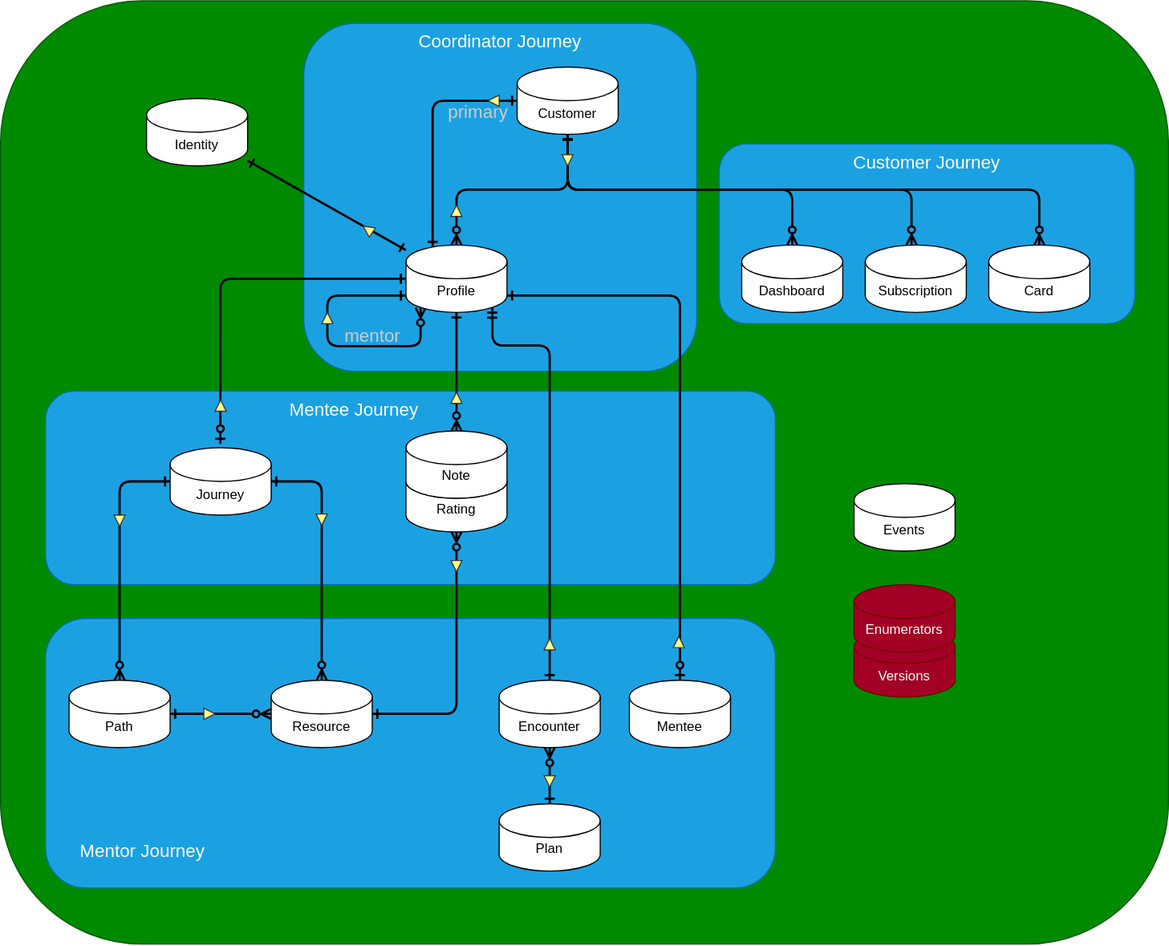
mentor-forge/mentorhub_mongodb_api keeps this draw.io diagram as erd.svg. Above is the earlier version. Source tidied: cells renumbered, new cells last; positions are measured from the earlier drawing's top-left corner, leaving out a move shared by most shapes.
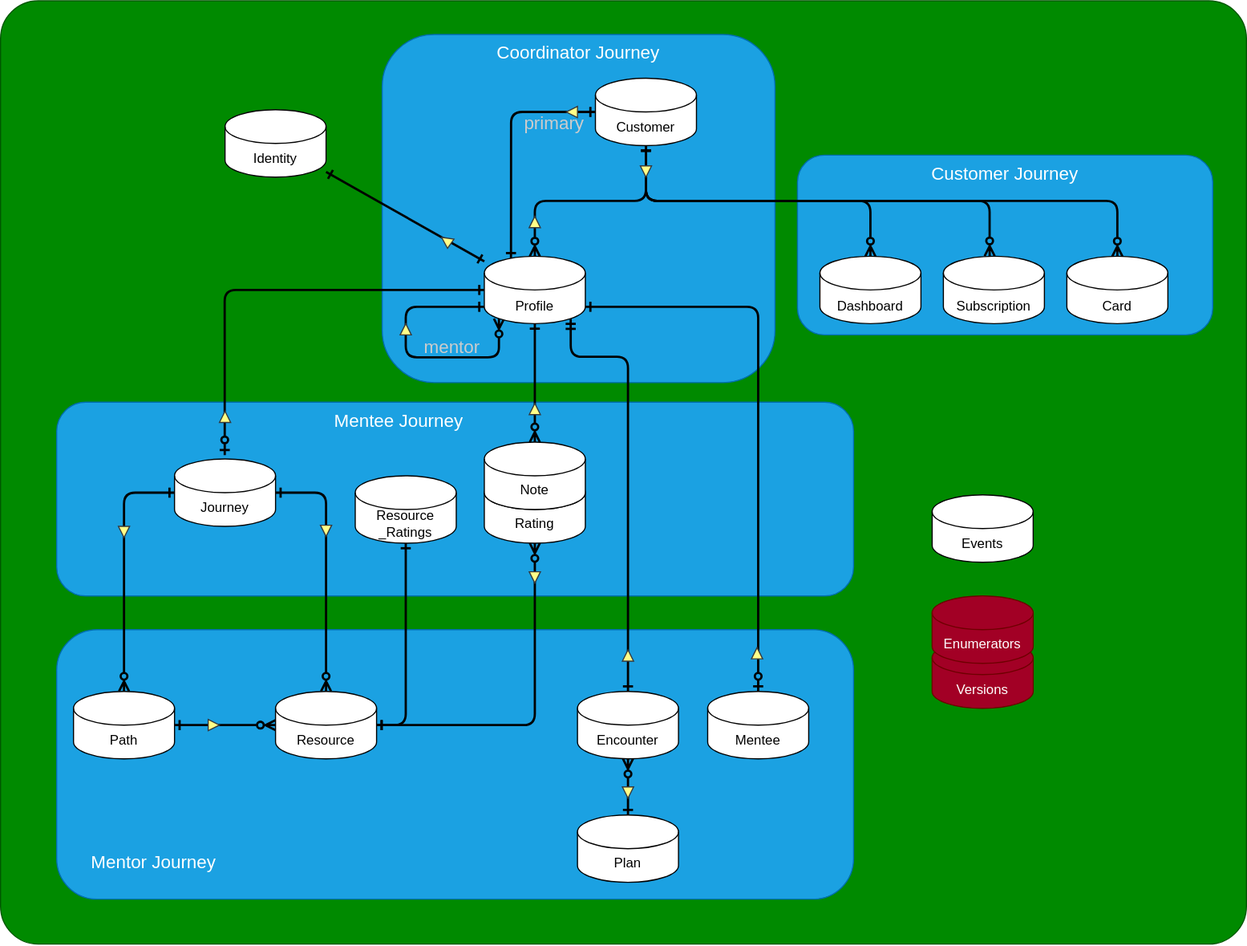
After the change.

Commit message:
ERD and Schema for aggregations.

Change to the diagram source:
```diff
@@ -2,14 +2,14 @@
   <root>
     <mxCell id="0" />
     <mxCell id="1" parent="0" />
-    <mxCell id="2" style="rounded=1;whiteSpace=wrap;html=1;fillColor=#008a00;strokeColor=#005700;fontColor=#ffffff;" parent="1" vertex="1">
-      <mxGeometry width="1040" height="840" as="geometry" />
+    <mxCell id="2" style="rounded=1;whiteSpace=wrap;html=1;fillColor=#008a00;strokeColor=#005700;fontColor=#ffffff;arcSize=4;" parent="1" vertex="1">
+      <mxGeometry x="-70" y="-10" width="1110" height="840" as="geometry" />
     </mxCell>
     <mxCell id="3" value="Mentor Journey" style="rounded=1;whiteSpace=wrap;html=1;fontSize=16;fillColor=#1ba1e2;strokeColor=#006EAF;fontColor=#ffffff;verticalAlign=bottom;spacingLeft=29;spacingBottom=21;align=left;" parent="1" vertex="1">
-      <mxGeometry x="40" y="550" width="650" height="240" as="geometry" />
+      <mxGeometry x="-20" y="550" width="710" height="240" as="geometry" />
     </mxCell>
     <mxCell id="4" value="Mentee Journey" style="rounded=1;whiteSpace=wrap;html=1;fontSize=16;fillColor=#1ba1e2;strokeColor=#006EAF;fontColor=#ffffff;verticalAlign=top;spacingRight=100;" parent="1" vertex="1">
-      <mxGeometry x="40" y="347.5" width="650" height="172.5" as="geometry" />
+      <mxGeometry x="-20" y="347.5" width="710" height="172.5" as="geometry" />
     </mxCell>
     <mxCell id="5" value="Coordinator Journey" style="rounded=1;whiteSpace=wrap;html=1;fontSize=16;fillColor=#1ba1e2;strokeColor=#006EAF;fontColor=#ffffff;verticalAlign=top;" parent="1" vertex="1">
       <mxGeometry x="270" y="20" width="350" height="310" as="geometry" />
@@ -33,16 +33,16 @@
       <mxGeometry relative="1" as="geometry" />
     </mxCell>
     <mxCell id="12" value="Journey" style="shape=cylinder3;whiteSpace=wrap;html=1;boundedLbl=1;backgroundOutline=1;size=15;spacingTop=3;" parent="1" vertex="1">
-      <mxGeometry x="151" y="398" width="90" height="60" as="geometry" />
+      <mxGeometry x="85" y="398" width="90" height="60" as="geometry" />
     </mxCell>
     <mxCell id="13" value="Resource" style="shape=cylinder3;whiteSpace=wrap;html=1;boundedLbl=1;backgroundOutline=1;size=15;spacingTop=3;" parent="1" vertex="1">
-      <mxGeometry x="241" y="605" width="90" height="60" as="geometry" />
+      <mxGeometry x="175" y="605" width="90" height="60" as="geometry" />
     </mxCell>
     <mxCell id="14" style="edgeStyle=orthogonalEdgeStyle;html=1;exitX=1;exitY=0.5;exitDx=0;exitDy=0;exitPerimeter=0;entryX=0;entryY=0.5;entryDx=0;entryDy=0;entryPerimeter=0;labelBackgroundColor=none;strokeWidth=2;fontSize=16;startArrow=ERone;startFill=0;endArrow=ERzeroToMany;endFill=0;" parent="1" edge="1" source="15" target="13">
       <mxGeometry relative="1" as="geometry" />
     </mxCell>
     <mxCell id="15" value="Path" style="shape=cylinder3;whiteSpace=wrap;html=1;boundedLbl=1;backgroundOutline=1;size=15;spacingTop=3;" parent="1" vertex="1">
-      <mxGeometry x="61" y="605" width="90" height="60" as="geometry" />
+      <mxGeometry x="-5" y="605" width="90" height="60" as="geometry" />
     </mxCell>
     <mxCell id="16" value="Card" style="shape=cylinder3;whiteSpace=wrap;html=1;boundedLbl=1;backgroundOutline=1;size=15;spacingTop=3;" parent="1" vertex="1">
       <mxGeometry x="880" y="217.5" width="90" height="60" as="geometry" />
@@ -132,16 +132,16 @@
       <mxGeometry x="484" y="690" width="10" height="10" as="geometry" />
     </mxCell>
     <mxCell id="43" style="triangle;whiteSpace=wrap;html=1;fontSize=16;fillColor=#ffff88;strokeColor=#36393d;rotation=90;" parent="1" vertex="1">
-      <mxGeometry x="281" y="457" width="10" height="10" as="geometry" />
+      <mxGeometry x="215" y="457" width="10" height="10" as="geometry" />
     </mxCell>
     <mxCell id="44" style="triangle;whiteSpace=wrap;html=1;fontSize=16;fillColor=#ffff88;strokeColor=#36393d;rotation=90;" parent="1" vertex="1">
-      <mxGeometry x="101" y="458" width="10" height="10" as="geometry" />
+      <mxGeometry x="35" y="458" width="10" height="10" as="geometry" />
     </mxCell>
     <mxCell id="45" style="triangle;whiteSpace=wrap;html=1;fontSize=16;fillColor=#ffff88;strokeColor=#36393d;rotation=0;" parent="1" vertex="1">
-      <mxGeometry x="181" y="630" width="10" height="10" as="geometry" />
+      <mxGeometry x="115" y="630" width="10" height="10" as="geometry" />
     </mxCell>
     <mxCell id="46" style="triangle;whiteSpace=wrap;html=1;fontSize=16;fillColor=#ffff88;strokeColor=#36393d;rotation=-90;" parent="1" vertex="1">
-      <mxGeometry x="191" y="355.5" width="10" height="10" as="geometry" />
+      <mxGeometry x="125" y="355.5" width="10" height="10" as="geometry" />
     </mxCell>
     <mxCell id="47" style="triangle;whiteSpace=wrap;html=1;fontSize=16;fillColor=#ffff88;strokeColor=#36393d;rotation=-90;" parent="1" vertex="1">
       <mxGeometry x="286" y="277.5" width="10" height="10" as="geometry" />
@@ -176,5 +176,15 @@
     <mxCell id="54" style="triangle;whiteSpace=wrap;html=1;fontSize=16;fillColor=#ffff88;strokeColor=#36393d;rotation=-90;" parent="1" vertex="1">
       <mxGeometry x="599" y="566" width="10" height="10" as="geometry" />
     </mxCell>
+    <mxCell id="55" style="edgeStyle=orthogonalEdgeStyle;html=1;exitX=0.5;exitY=1;exitDx=0;exitDy=0;exitPerimeter=0;entryX=1;entryY=0.5;entryDx=0;entryDy=0;entryPerimeter=0;strokeWidth=2;startArrow=ERone;startFill=0;endArrow=ERone;endFill=0;" parent="1" edge="1" source="56" target="13">
+      <mxGeometry relative="1" as="geometry">
+        <Array as="points">
+          <mxPoint x="291" y="635" />
+        </Array>
+      </mxGeometry>
+    </mxCell>
+    <mxCell id="56" value="Resource&lt;br&gt;_Ratings" style="shape=cylinder3;whiteSpace=wrap;html=1;boundedLbl=1;backgroundOutline=1;size=15;" parent="1" vertex="1">
+      <mxGeometry x="246" y="413" width="90" height="60" as="geometry" />
+    </mxCell>
   </root>
 </mxGraphModel>
```
